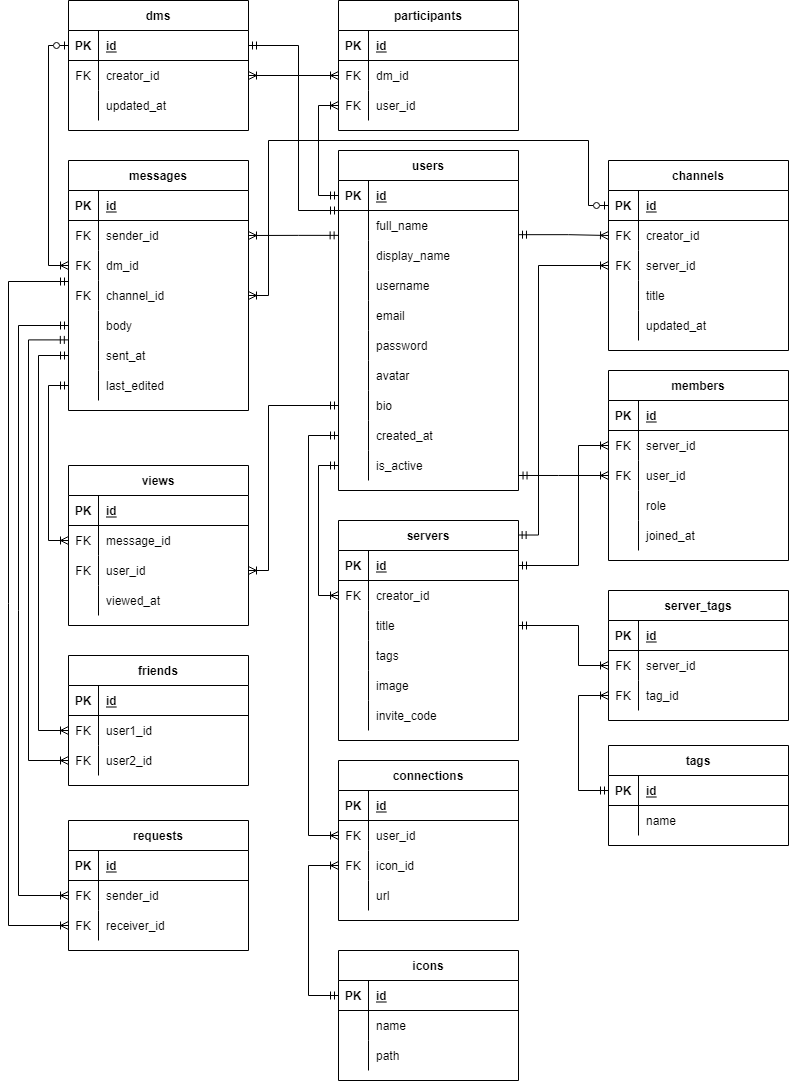
Earlier version of the draw.io export docs/planning/erd.png (adamhirzalla/disnode). Source tidied: cells renumbered, new cells last; positions are measured from the earlier drawing's top-left corner, leaving out a move shared by most shapes.
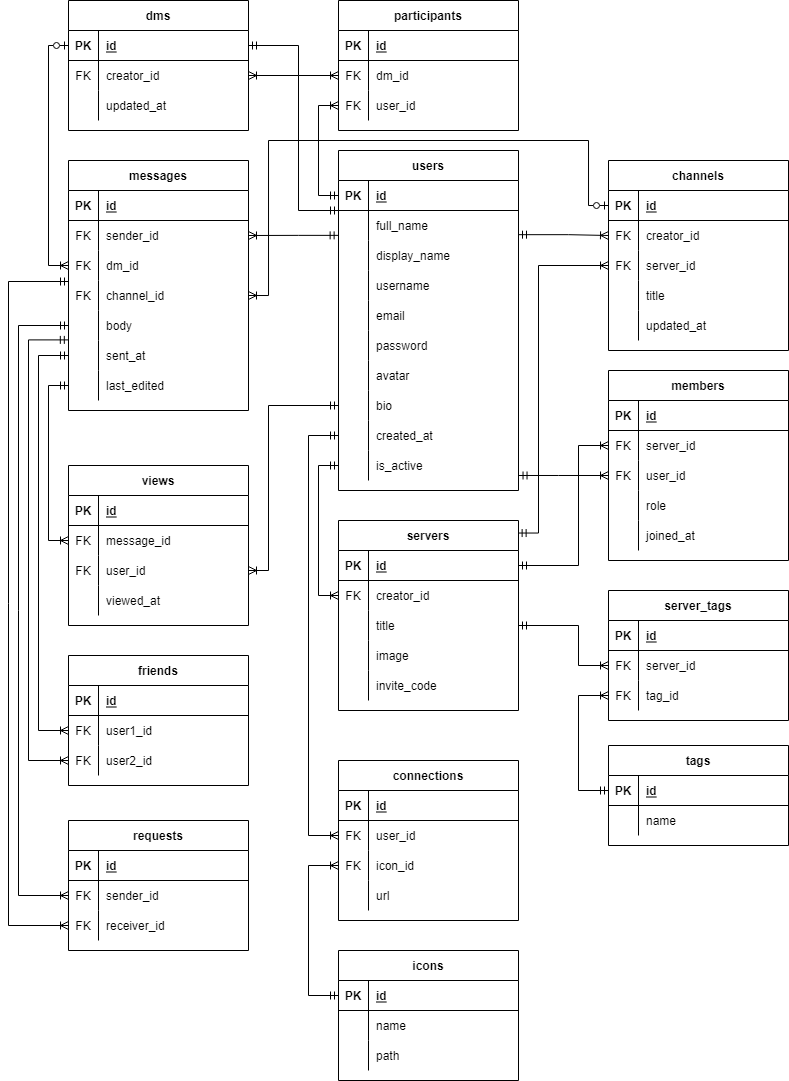
The same file after the commit.

What changed in the source:
```diff
@@ -192,7 +192,7 @@
       <mxGeometry x="30" width="150" height="30" as="geometry" />
     </mxCell>
     <mxCell id="65" value="servers" style="shape=table;startSize=30;rowLines=0;fontStyle=1;align=center;" parent="1" vertex="1">
-      <mxGeometry x="350" y="520" width="180" height="220" as="geometry" />
+      <mxGeometry x="350" y="520" width="180" height="190" as="geometry" />
     </mxCell>
     <mxCell id="66" style="shape=partialRectangle;fillColor=none;top=0;left=0;bottom=1;right=0;points=[[0,0.5],[1,0.5]];portConstraint=eastwest;" parent="65" vertex="1">
       <mxGeometry y="30" width="180" height="30" as="geometry" />
@@ -221,17 +221,8 @@
     <mxCell id="74" value="title" style="shape=partialRectangle;fillColor=none;top=0;left=0;bottom=0;right=0;align=left;spacingLeft=6;overflow=hidden;" parent="72" vertex="1">
       <mxGeometry x="30" width="150" height="30" as="geometry" />
     </mxCell>
-    <mxCell id="75" style="shape=partialRectangle;fillColor=none;top=0;left=0;bottom=0;right=0;" parent="65" vertex="1">
-      <mxGeometry y="120" width="180" height="30" as="geometry" />
-    </mxCell>
-    <mxCell id="76" style="shape=partialRectangle;fillColor=none;top=0;left=0;bottom=0;right=0;overflow=hidden;" parent="75" vertex="1">
-      <mxGeometry width="30" height="30" as="geometry" />
-    </mxCell>
-    <mxCell id="77" value="tags" style="shape=partialRectangle;fillColor=none;top=0;left=0;bottom=0;right=0;align=left;spacingLeft=6;overflow=hidden;" parent="75" vertex="1">
-      <mxGeometry x="30" width="150" height="30" as="geometry" />
-    </mxCell>
     <mxCell id="78" style="shape=partialRectangle;fillColor=none;top=0;left=0;bottom=0;right=0;" parent="65" vertex="1">
-      <mxGeometry y="150" width="180" height="30" as="geometry" />
+      <mxGeometry y="120" width="180" height="30" as="geometry" />
     </mxCell>
     <mxCell id="79" style="shape=partialRectangle;fillColor=none;top=0;left=0;bottom=0;right=0;overflow=hidden;" parent="78" vertex="1">
       <mxGeometry width="30" height="30" as="geometry" />
@@ -240,7 +231,7 @@
       <mxGeometry x="30" width="150" height="30" as="geometry" />
     </mxCell>
     <mxCell id="81" style="shape=partialRectangle;fillColor=none;top=0;left=0;bottom=0;right=0;" parent="65" vertex="1">
-      <mxGeometry y="180" width="180" height="30" as="geometry" />
+      <mxGeometry y="150" width="180" height="30" as="geometry" />
     </mxCell>
     <mxCell id="82" style="shape=partialRectangle;fillColor=none;top=0;left=0;bottom=0;right=0;overflow=hidden;" parent="81" vertex="1">
       <mxGeometry width="30" height="30" as="geometry" />
```
